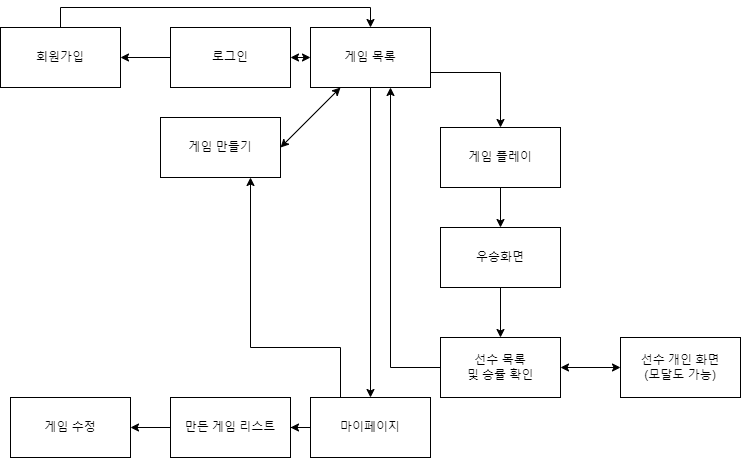
The draw.io diagram diagram/flow-chart.png in java-4th-team-project-2023/world-cup, before a commit. Source tidied: cells renumbered, new cells last; positions are measured from the earlier drawing's top-left corner, leaving out a move shared by most shapes.
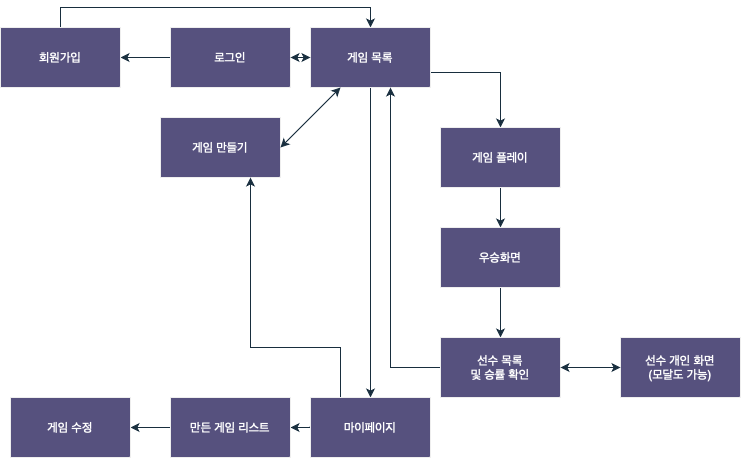
Later version of the same file.

Change to the diagram source:
```diff
@@ -1,14 +1,14 @@
-<mxGraphModel>
+<mxGraphModel background="#FFFFFF">
   <root>
     <mxCell id="0" />
     <mxCell id="1" parent="0" />
-    <mxCell id="2" style="edgeStyle=orthogonalEdgeStyle;rounded=0;jettySize=auto;html=1;entryX=1;entryY=0.5;entryDx=0;entryDy=0;" parent="1" edge="1" source="3" target="5">
+    <mxCell id="2" style="edgeStyle=orthogonalEdgeStyle;rounded=0;jettySize=auto;html=1;entryX=1;entryY=0.5;entryDx=0;entryDy=0;labelBackgroundColor=none;strokeColor=#182E3E;fontColor=default;" parent="1" edge="1" source="3" target="5">
       <mxGeometry relative="1" as="geometry" />
     </mxCell>
-    <mxCell id="3" value="로그인" style="rounded=0;whiteSpace=wrap;html=1;" parent="1" vertex="1">
+    <mxCell id="3" value="로그인" style="rounded=0;whiteSpace=wrap;html=1;labelBackgroundColor=none;fillColor=#56517E;strokeColor=#EEEEEE;fontColor=#FFFFFF;" parent="1" vertex="1">
       <mxGeometry x="170" y="20" width="120" height="60" as="geometry" />
     </mxCell>
-    <mxCell id="4" style="edgeStyle=orthogonalEdgeStyle;rounded=0;jettySize=auto;html=1;entryX=0.5;entryY=0;entryDx=0;entryDy=0;" parent="1" edge="1" source="5" target="8">
+    <mxCell id="4" style="edgeStyle=orthogonalEdgeStyle;rounded=0;jettySize=auto;html=1;entryX=0.5;entryY=0;entryDx=0;entryDy=0;labelBackgroundColor=none;strokeColor=#182E3E;fontColor=default;" parent="1" edge="1" source="5" target="8">
       <mxGeometry relative="1" as="geometry">
         <Array as="points">
           <mxPoint x="60" />
@@ -16,34 +16,34 @@
         </Array>
       </mxGeometry>
     </mxCell>
-    <mxCell id="5" value="회원가입" style="rounded=0;whiteSpace=wrap;html=1;" parent="1" vertex="1">
+    <mxCell id="5" value="회원가입" style="rounded=0;whiteSpace=wrap;html=1;labelBackgroundColor=none;fillColor=#56517E;strokeColor=#EEEEEE;fontColor=#FFFFFF;" parent="1" vertex="1">
       <mxGeometry y="20" width="120" height="60" as="geometry" />
     </mxCell>
-    <mxCell id="6" style="edgeStyle=orthogonalEdgeStyle;rounded=0;jettySize=auto;html=1;exitX=1;exitY=0.75;exitDx=0;exitDy=0;" parent="1" edge="1" source="8" target="11">
+    <mxCell id="6" style="edgeStyle=orthogonalEdgeStyle;rounded=0;jettySize=auto;html=1;exitX=1;exitY=0.75;exitDx=0;exitDy=0;labelBackgroundColor=none;strokeColor=#182E3E;fontColor=default;" parent="1" edge="1" source="8" target="11">
       <mxGeometry relative="1" as="geometry" />
     </mxCell>
-    <mxCell id="7" style="edgeStyle=orthogonalEdgeStyle;rounded=0;jettySize=auto;html=1;" parent="1" edge="1" source="8" target="21">
+    <mxCell id="7" style="edgeStyle=orthogonalEdgeStyle;rounded=0;jettySize=auto;html=1;labelBackgroundColor=none;strokeColor=#182E3E;fontColor=default;" parent="1" edge="1" source="8" target="21">
       <mxGeometry relative="1" as="geometry" />
     </mxCell>
-    <mxCell id="8" value="게임 목록" style="rounded=0;whiteSpace=wrap;html=1;" parent="1" vertex="1">
+    <mxCell id="8" value="게임 목록" style="rounded=0;whiteSpace=wrap;html=1;labelBackgroundColor=none;fillColor=#56517E;strokeColor=#EEEEEE;fontColor=#FFFFFF;" parent="1" vertex="1">
       <mxGeometry x="310" y="20" width="120" height="60" as="geometry" />
     </mxCell>
-    <mxCell id="9" style="endArrow=classic;startArrow=classic;html=1;rounded=0;entryX=0;entryY=0.5;entryDx=0;entryDy=0;exitX=1;exitY=0.5;exitDx=0;exitDy=0;" parent="1" edge="1" source="3" target="8">
+    <mxCell id="9" style="endArrow=classic;startArrow=classic;html=1;rounded=0;entryX=0;entryY=0.5;entryDx=0;entryDy=0;exitX=1;exitY=0.5;exitDx=0;exitDy=0;labelBackgroundColor=none;strokeColor=#182E3E;fontColor=default;" parent="1" edge="1" source="3" target="8">
       <mxGeometry relative="1" as="geometry" />
     </mxCell>
-    <mxCell id="10" style="edgeStyle=orthogonalEdgeStyle;rounded=0;jettySize=auto;html=1;" parent="1" edge="1" source="11" target="13">
+    <mxCell id="10" style="edgeStyle=orthogonalEdgeStyle;rounded=0;jettySize=auto;html=1;labelBackgroundColor=none;strokeColor=#182E3E;fontColor=default;" parent="1" edge="1" source="11" target="13">
       <mxGeometry relative="1" as="geometry" />
     </mxCell>
-    <mxCell id="11" value="게임 플레이" style="rounded=0;whiteSpace=wrap;html=1;" parent="1" vertex="1">
+    <mxCell id="11" value="게임 플레이" style="rounded=0;whiteSpace=wrap;html=1;labelBackgroundColor=none;fillColor=#56517E;strokeColor=#EEEEEE;fontColor=#FFFFFF;" parent="1" vertex="1">
       <mxGeometry x="440" y="120" width="120" height="60" as="geometry" />
     </mxCell>
-    <mxCell id="12" style="edgeStyle=orthogonalEdgeStyle;rounded=0;jettySize=auto;html=1;" parent="1" edge="1" source="13" target="15">
+    <mxCell id="12" style="edgeStyle=orthogonalEdgeStyle;rounded=0;jettySize=auto;html=1;labelBackgroundColor=none;strokeColor=#182E3E;fontColor=default;" parent="1" edge="1" source="13" target="15">
       <mxGeometry relative="1" as="geometry" />
     </mxCell>
-    <mxCell id="13" value="우승화면" style="rounded=0;whiteSpace=wrap;html=1;" parent="1" vertex="1">
+    <mxCell id="13" value="우승화면" style="rounded=0;whiteSpace=wrap;html=1;labelBackgroundColor=none;fillColor=#56517E;strokeColor=#EEEEEE;fontColor=#FFFFFF;" parent="1" vertex="1">
       <mxGeometry x="440" y="220" width="120" height="60" as="geometry" />
     </mxCell>
-    <mxCell id="14" style="edgeStyle=orthogonalEdgeStyle;rounded=0;jettySize=auto;html=1;" parent="1" edge="1" source="15">
+    <mxCell id="14" style="edgeStyle=orthogonalEdgeStyle;rounded=0;jettySize=auto;html=1;labelBackgroundColor=none;strokeColor=#182E3E;fontColor=default;" parent="1" edge="1" source="15">
       <mxGeometry relative="1" as="geometry">
         <mxPoint x="390" y="80" as="targetPoint" />
         <Array as="points">
@@ -52,22 +52,22 @@
         </Array>
       </mxGeometry>
     </mxCell>
-    <mxCell id="15" value="선수 목록&lt;br&gt;및 승률 확인" style="rounded=0;whiteSpace=wrap;html=1;" parent="1" vertex="1">
+    <mxCell id="15" value="선수 목록&lt;br&gt;및 승률 확인" style="rounded=0;whiteSpace=wrap;html=1;labelBackgroundColor=none;fillColor=#56517E;strokeColor=#EEEEEE;fontColor=#FFFFFF;" parent="1" vertex="1">
       <mxGeometry x="440" y="330" width="120" height="60" as="geometry" />
     </mxCell>
-    <mxCell id="16" value="선수 개인 화면&lt;br&gt;(모달도 가능)" style="rounded=0;whiteSpace=wrap;html=1;" parent="1" vertex="1">
+    <mxCell id="16" value="선수 개인 화면&lt;br&gt;(모달도 가능)" style="rounded=0;whiteSpace=wrap;html=1;labelBackgroundColor=none;fillColor=#56517E;strokeColor=#EEEEEE;fontColor=#FFFFFF;" parent="1" vertex="1">
       <mxGeometry x="620" y="330" width="120" height="60" as="geometry" />
     </mxCell>
-    <mxCell id="17" style="endArrow=classic;startArrow=classic;html=1;rounded=0;exitX=0;exitY=0.5;exitDx=0;exitDy=0;entryX=1;entryY=0.5;entryDx=0;entryDy=0;" parent="1" edge="1" source="16" target="15">
+    <mxCell id="17" style="endArrow=classic;startArrow=classic;html=1;rounded=0;exitX=0;exitY=0.5;exitDx=0;exitDy=0;entryX=1;entryY=0.5;entryDx=0;entryDy=0;labelBackgroundColor=none;strokeColor=#182E3E;fontColor=default;" parent="1" edge="1" source="16" target="15">
       <mxGeometry relative="1" as="geometry" />
     </mxCell>
-    <mxCell id="18" value="게임 만들기" style="rounded=0;whiteSpace=wrap;html=1;" parent="1" vertex="1">
+    <mxCell id="18" value="게임 만들기" style="rounded=0;whiteSpace=wrap;html=1;labelBackgroundColor=none;fillColor=#56517E;strokeColor=#EEEEEE;fontColor=#FFFFFF;" parent="1" vertex="1">
       <mxGeometry x="160" y="110" width="120" height="60" as="geometry" />
     </mxCell>
-    <mxCell id="19" style="edgeStyle=orthogonalEdgeStyle;rounded=0;jettySize=auto;html=1;" parent="1" edge="1" source="21" target="23">
+    <mxCell id="19" style="edgeStyle=orthogonalEdgeStyle;rounded=0;jettySize=auto;html=1;labelBackgroundColor=none;strokeColor=#182E3E;fontColor=default;" parent="1" edge="1" source="21" target="23">
       <mxGeometry relative="1" as="geometry" />
     </mxCell>
-    <mxCell id="20" style="edgeStyle=orthogonalEdgeStyle;rounded=0;jettySize=auto;html=1;entryX=0.75;entryY=1;entryDx=0;entryDy=0;" parent="1" edge="1" source="21" target="18">
+    <mxCell id="20" style="edgeStyle=orthogonalEdgeStyle;rounded=0;jettySize=auto;html=1;entryX=0.75;entryY=1;entryDx=0;entryDy=0;labelBackgroundColor=none;strokeColor=#182E3E;fontColor=default;" parent="1" edge="1" source="21" target="18">
       <mxGeometry relative="1" as="geometry">
         <Array as="points">
           <mxPoint x="340" y="340" />
@@ -75,19 +75,19 @@
         </Array>
       </mxGeometry>
     </mxCell>
-    <mxCell id="21" value="마이페이지" style="rounded=0;whiteSpace=wrap;html=1;" parent="1" vertex="1">
+    <mxCell id="21" value="마이페이지" style="rounded=0;whiteSpace=wrap;html=1;labelBackgroundColor=none;fillColor=#56517E;strokeColor=#EEEEEE;fontColor=#FFFFFF;" parent="1" vertex="1">
       <mxGeometry x="310" y="390" width="120" height="60" as="geometry" />
     </mxCell>
-    <mxCell id="22" style="edgeStyle=orthogonalEdgeStyle;rounded=0;jettySize=auto;html=1;" parent="1" edge="1" source="23" target="24">
+    <mxCell id="22" style="edgeStyle=orthogonalEdgeStyle;rounded=0;jettySize=auto;html=1;labelBackgroundColor=none;strokeColor=#182E3E;fontColor=default;" parent="1" edge="1" source="23" target="24">
       <mxGeometry relative="1" as="geometry" />
     </mxCell>
-    <mxCell id="23" value="만든 게임 리스트" style="rounded=0;whiteSpace=wrap;html=1;" parent="1" vertex="1">
+    <mxCell id="23" value="만든 게임 리스트" style="rounded=0;whiteSpace=wrap;html=1;labelBackgroundColor=none;fillColor=#56517E;strokeColor=#EEEEEE;fontColor=#FFFFFF;" parent="1" vertex="1">
       <mxGeometry x="170" y="390" width="120" height="60" as="geometry" />
     </mxCell>
-    <mxCell id="24" value="게임 수정" style="rounded=0;whiteSpace=wrap;html=1;" parent="1" vertex="1">
+    <mxCell id="24" value="게임 수정" style="rounded=0;whiteSpace=wrap;html=1;labelBackgroundColor=none;fillColor=#56517E;strokeColor=#EEEEEE;fontColor=#FFFFFF;" parent="1" vertex="1">
       <mxGeometry x="10" y="390" width="120" height="60" as="geometry" />
     </mxCell>
-    <mxCell id="25" style="endArrow=classic;startArrow=classic;html=1;rounded=0;exitX=1;exitY=0.5;exitDx=0;exitDy=0;entryX=0.25;entryY=1;entryDx=0;entryDy=0;" parent="1" edge="1" source="18" target="8">
+    <mxCell id="25" style="endArrow=classic;startArrow=classic;html=1;rounded=0;exitX=1;exitY=0.5;exitDx=0;exitDy=0;entryX=0.25;entryY=1;entryDx=0;entryDy=0;labelBackgroundColor=none;strokeColor=#182E3E;fontColor=default;" parent="1" edge="1" source="18" target="8">
       <mxGeometry relative="1" as="geometry" />
     </mxCell>
   </root>
```
